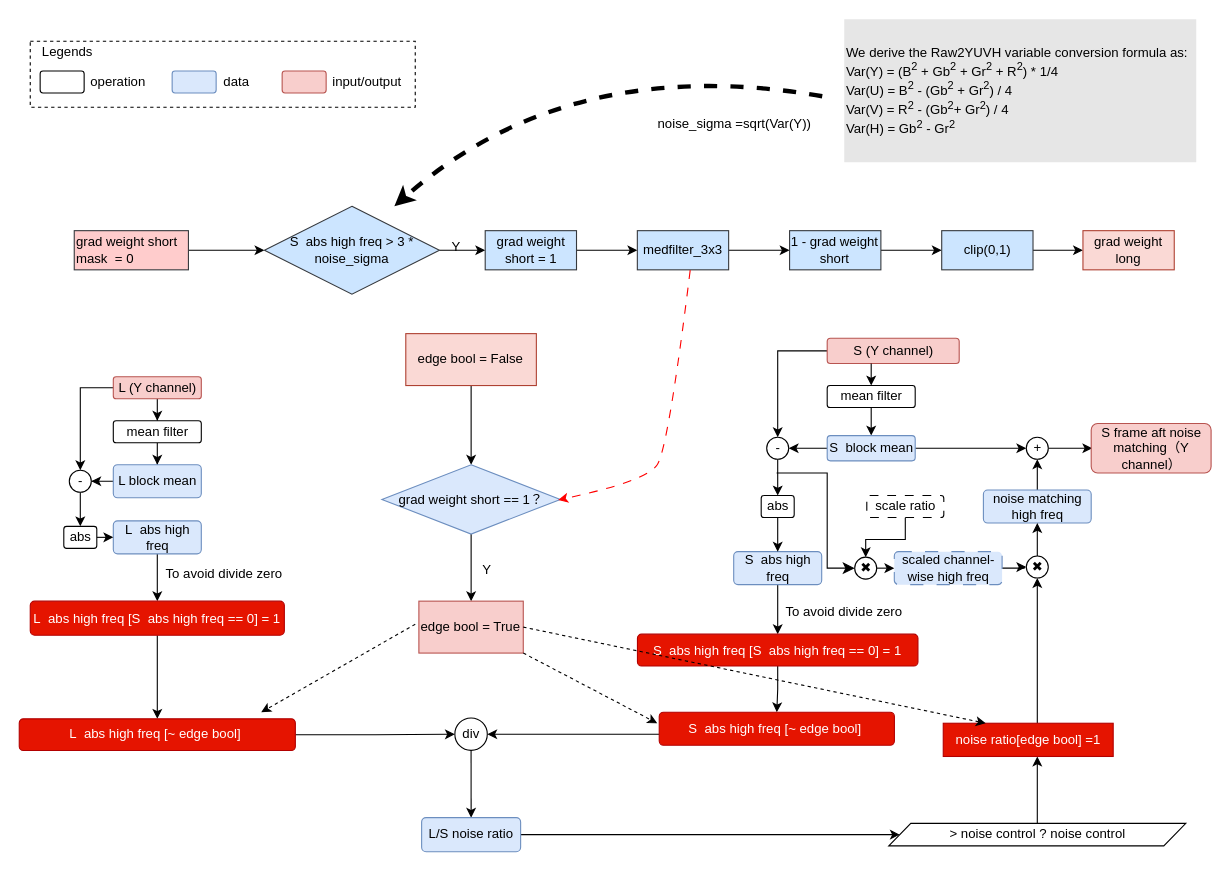
Above: page "noise_march_improve" (22 of 28) of sunshine.drawio in leixuehui/drawio (draw.io), before the change. Source tidied: cells renumbered, new cells numbered last; positions are measured from the earlier drawing's top-left corner, leaving out a move shared by most shapes. Both pictures are drawn from the tidied source at 110%, with x=0, y=0 at pixel (19, 19).
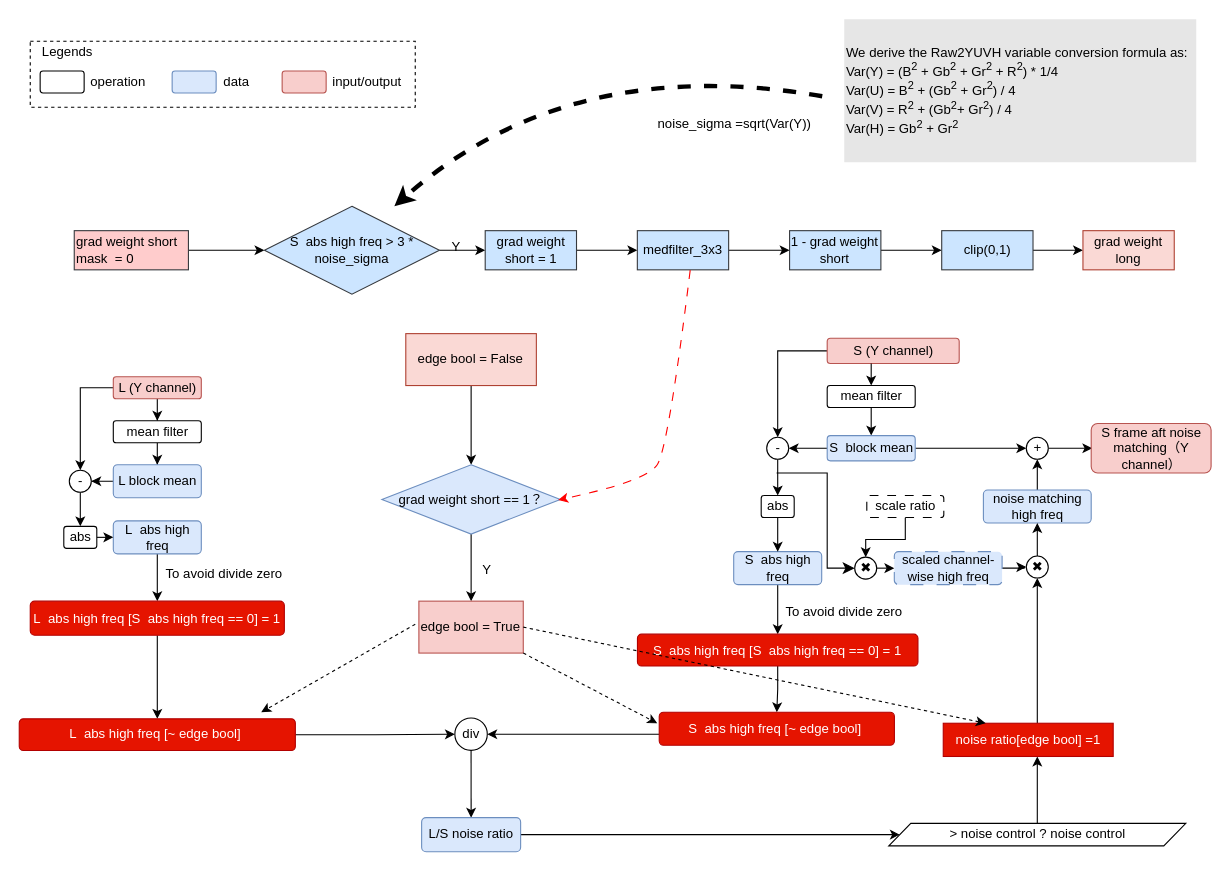
Above is the later version.

Change to the diagram source:
```diff
@@
-    <mxCell id="2" value="&lt;div align=&quot;left&quot;&gt;&lt;font&gt;We derive the Raw2YUVH variable conversion formula as:&lt;/font&gt;&lt;/div&gt;&lt;div align=&quot;left&quot;&gt;&lt;font&gt;Var(Y) = (B&lt;sup&gt;2&lt;/sup&gt; + &lt;/font&gt;&lt;font&gt;Gb&lt;sup&gt;2&lt;/sup&gt; + Gr&lt;sup&gt;2&lt;/sup&gt;&lt;/font&gt;&lt;font&gt; + R&lt;sup&gt;2&lt;/sup&gt;) * 1/4&lt;/font&gt;&lt;/div&gt;&lt;div align=&quot;left&quot;&gt;&lt;font&gt;Var(U) = B&lt;sup&gt;2&lt;/sup&gt; - (&lt;/font&gt;&lt;font&gt;Gb&lt;sup&gt;2&lt;/sup&gt; + Gr&lt;sup&gt;2&lt;/sup&gt;&lt;/font&gt;&lt;font&gt;) / 4 &lt;br&gt;Var(V) = R&lt;sup&gt;2&lt;/sup&gt; - (&lt;/font&gt;&lt;font&gt;Gb&lt;sup&gt;2&lt;/sup&gt;+ Gr&lt;/font&gt;&lt;font&gt;&lt;sup&gt;2&lt;/sup&gt;) / 4&lt;br&gt;Var(H) = Gb&lt;sup&gt;2&lt;/sup&gt; - Gr&lt;sup&gt;2&lt;/sup&gt;&lt;/font&gt;&lt;/div&gt;" style="text;html=1;align=left;verticalAlign=middle;whiteSpace=wrap;rounded=0;labelBackgroundColor=none;fillColor=#E6E6E6;" parent="1" vertex="1">
+    <mxCell id="2" value="&lt;div align=&quot;left&quot;&gt;&lt;font&gt;We derive the Raw2YUVH variable conversion formula as:&lt;/font&gt;&lt;/div&gt;&lt;div align=&quot;left&quot;&gt;&lt;font&gt;Var(Y) = (B&lt;sup&gt;2&lt;/sup&gt; + &lt;/font&gt;&lt;font&gt;Gb&lt;sup&gt;2&lt;/sup&gt; + Gr&lt;sup&gt;2&lt;/sup&gt;&lt;/font&gt;&lt;font&gt; + R&lt;sup&gt;2&lt;/sup&gt;) * 1/4&lt;/font&gt;&lt;/div&gt;&lt;div align=&quot;left&quot;&gt;&lt;font&gt;Var(U) = B&lt;sup&gt;2&lt;/sup&gt;&amp;nbsp;+ (&lt;/font&gt;&lt;font&gt;Gb&lt;sup&gt;2&lt;/sup&gt; + Gr&lt;sup&gt;2&lt;/sup&gt;&lt;/font&gt;&lt;font&gt;) / 4 &lt;br&gt;Var(V) = R&lt;sup&gt;2&lt;/sup&gt;&amp;nbsp;+ (&lt;/font&gt;&lt;font&gt;Gb&lt;sup&gt;2&lt;/sup&gt;+ Gr&lt;/font&gt;&lt;font&gt;&lt;sup&gt;2&lt;/sup&gt;) / 4&lt;br&gt;Var(H) = Gb&lt;sup&gt;2&lt;/sup&gt;&amp;nbsp;+ Gr&lt;sup&gt;2&lt;/sup&gt;&lt;/font&gt;&lt;/div&gt;" style="text;html=1;align=left;verticalAlign=middle;whiteSpace=wrap;rounded=0;labelBackgroundColor=none;fillColor=#E6E6E6;" parent="1" vertex="1">
       <mxGeometry x="750" width="320" height="130" as="geometry" />
     </mxCell>
```
